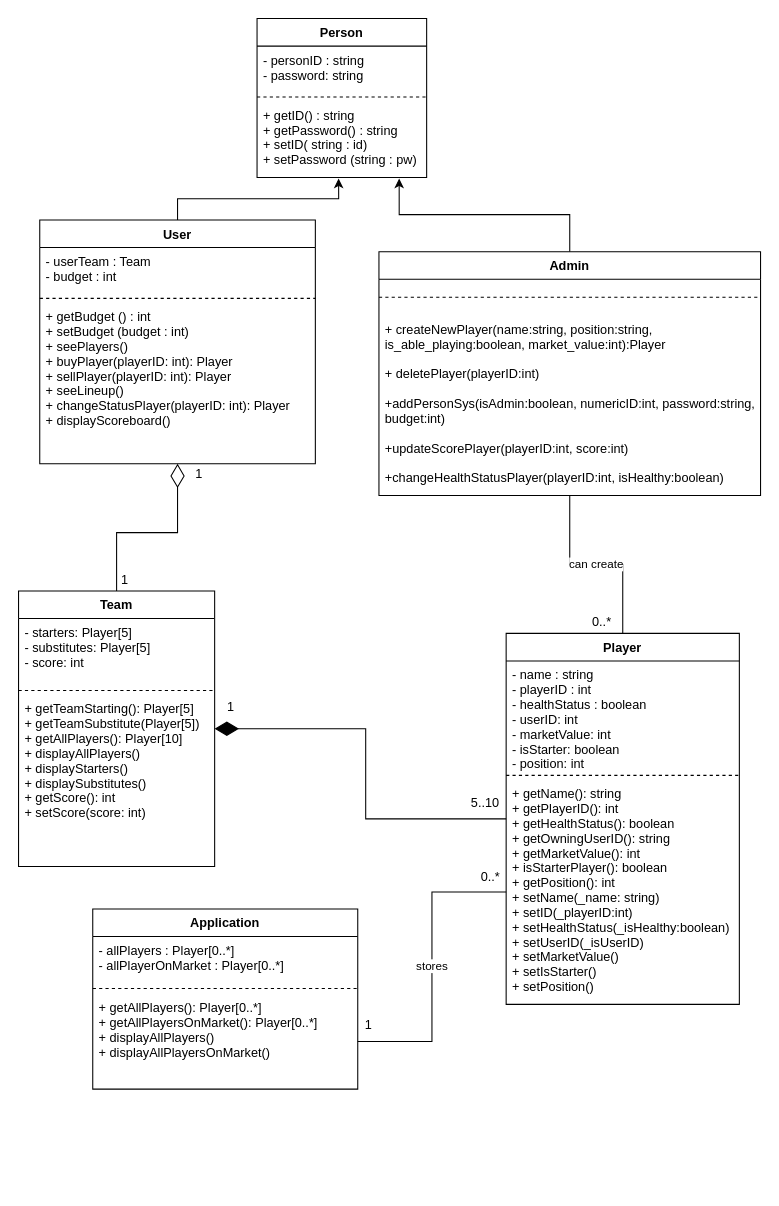
This is docs/Fantasy_league.drawio from SemjonEschweiler/fantasy_league, a draw.io file, before an edit. Source tidied: cells renumbered, new cells numbered last; positions are measured from the earlier drawing's top-left corner, leaving out a move shared by most shapes. Both pictures are drawn from the tidied source at 106%, with x=0, y=0 at pixel (18, 18).
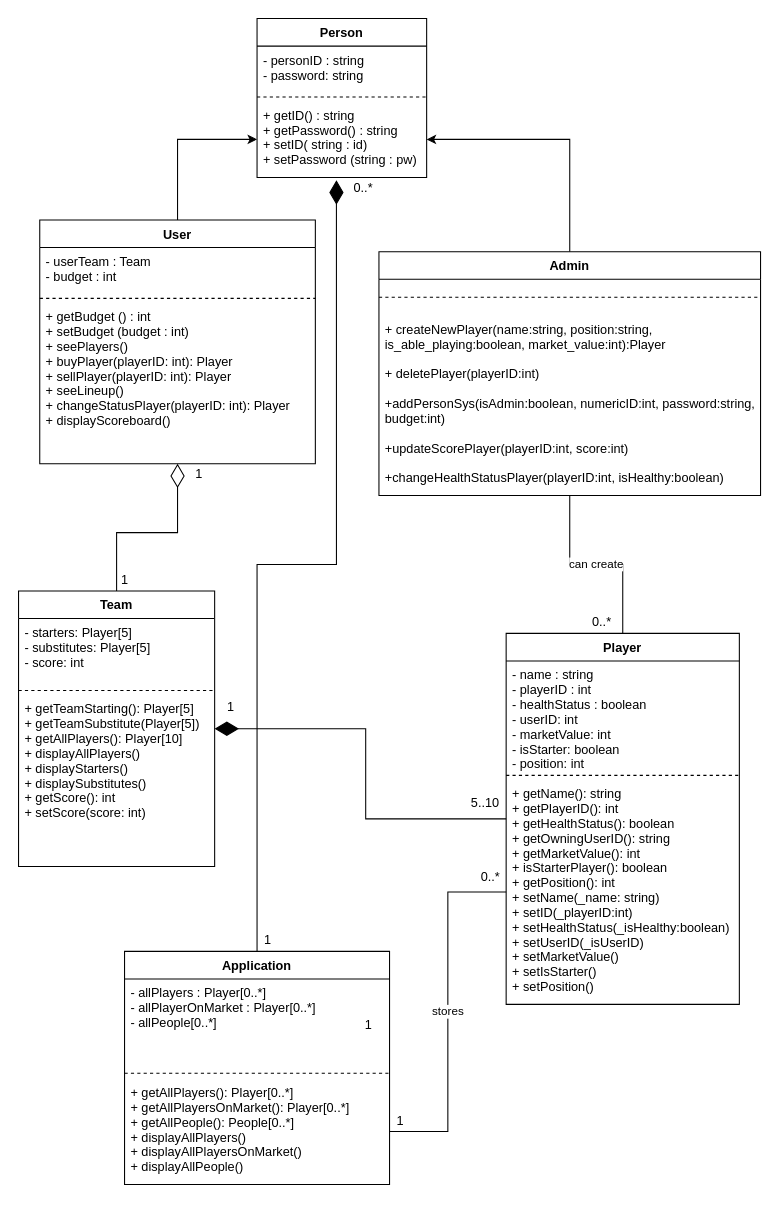
The same page after the edit.

Unchanged cells that the change refers to:
```xml
<mxCell id="5" value="+ getID() : string&#10;+ getPassword() : string&#10;+ setID( string : id)&#10;+ setPassword (string : pw)&#10;" style="text;strokeColor=none;fillColor=none;align=left;verticalAlign=top;spacingLeft=4;spacingRight=4;overflow=hidden;points=[[0,0.5],[1,0.5]];portConstraint=eastwest;" parent="2" vertex="1">
  <mxGeometry y="78" width="160" height="72" as="geometry" />
</mxCell>
<mxCell id="7" value="User" style="swimlane;fontStyle=1;align=center;verticalAlign=top;horizontal=1;startSize=26;" parent="1" vertex="1">
  <mxGeometry x="20" y="190" width="260" height="230" as="geometry" />
</mxCell>
<mxCell id="13" value="Admin" style="swimlane;fontStyle=1;align=center;verticalAlign=top;horizontal=1;startSize=26;" parent="1" vertex="1">
  <mxGeometry x="340" y="220" width="360" height="230" as="geometry" />
</mxCell>
```

What changed in the source:
```diff
@@
-    <mxCell id="6" style="edgeStyle=orthogonalEdgeStyle;rounded=0;jettySize=auto;html=1;entryX=0.481;entryY=1.014;entryDx=0;entryDy=0;entryPerimeter=0;" parent="1" edge="1" source="7" target="5">
+    <mxCell id="6" style="edgeStyle=orthogonalEdgeStyle;rounded=0;jettySize=auto;html=1;" parent="1" edge="1" source="7" target="5">
       <mxGeometry relative="1" as="geometry" />
     </mxCell>
@@
-    <mxCell id="11" style="edgeStyle=orthogonalEdgeStyle;rounded=0;jettySize=auto;html=1;entryX=0.838;entryY=1.014;entryDx=0;entryDy=0;entryPerimeter=0;" parent="1" edge="1" source="13" target="5">
+    <mxCell id="11" style="edgeStyle=orthogonalEdgeStyle;rounded=0;jettySize=auto;html=1;entryX=1;entryY=0.5;entryDx=0;entryDy=0;" parent="1" edge="1" source="13" target="5">
       <mxGeometry relative="1" as="geometry" />
     </mxCell>
@@
+    <mxCell id="38" style="edgeStyle=orthogonalEdgeStyle;rounded=0;jettySize=auto;html=1;entryX=0.468;entryY=1.036;entryDx=0;entryDy=0;entryPerimeter=0;endArrow=diamondThin;endFill=1;strokeWidth=1;endSize=20;" parent="1" edge="1" source="21" target="5">
+      <mxGeometry relative="1" as="geometry">
+        <Array as="points">
+          <mxPoint x="225" y="515" />
+          <mxPoint x="300" y="515" />
+        </Array>
+      </mxGeometry>
+    </mxCell>
     <mxCell id="21" value="Application" style="swimlane;fontStyle=1;align=center;verticalAlign=top;horizontal=1;startSize=26;" parent="1" vertex="1">
-      <mxGeometry x="70" y="840" width="250" height="170" as="geometry" />
+      <mxGeometry x="100" y="880" width="250" height="220" as="geometry" />
     </mxCell>
-    <mxCell id="22" value="- allPlayers : Player[0..*]&#10;- allPlayerOnMarket : Player[0..*]&#10;" style="text;strokeColor=none;fillColor=none;align=left;verticalAlign=top;spacingLeft=4;spacingRight=4;overflow=hidden;" parent="21" vertex="1">
-      <mxGeometry y="26" width="250" height="44" as="geometry" />
+    <mxCell id="22" value="- allPlayers : Player[0..*]&#10;- allPlayerOnMarket : Player[0..*]&#10;- allPeople[0..*]&#10;" style="text;strokeColor=none;fillColor=none;align=left;verticalAlign=top;spacingLeft=4;spacingRight=4;overflow=hidden;" parent="21" vertex="1">
+      <mxGeometry y="26" width="250" height="84" as="geometry" />
     </mxCell>
     <mxCell id="23" style="line;strokeWidth=1;fillColor=none;align=left;verticalAlign=middle;spacingTop=-1;spacingLeft=3;spacingRight=3;labelPosition=right;dashed=1;" parent="21" vertex="1">
-      <mxGeometry y="70" width="250" height="10" as="geometry" />
+      <mxGeometry y="110" width="250" height="10" as="geometry" />
     </mxCell>
-    <mxCell id="24" value="+ getAllPlayers(): Player[0..*]&#10;+ getAllPlayersOnMarket(): Player[0..*]&#10;+ displayAllPlayers()&#10;+ displayAllPlayersOnMarket()&#10;" style="text;strokeColor=none;fillColor=none;align=left;verticalAlign=top;spacingLeft=4;spacingRight=4;overflow=hidden;points=[[0,0.5],[1,0.5]];portConstraint=eastwest;" parent="21" vertex="1">
-      <mxGeometry y="80" width="250" height="90" as="geometry" />
+    <mxCell id="24" value="+ getAllPlayers(): Player[0..*]&#10;+ getAllPlayersOnMarket(): Player[0..*]&#10;+ getAllPeople(): People[0..*]&#10;+ displayAllPlayers()&#10;+ displayAllPlayersOnMarket()&#10;+ displayAllPeople()&#10;" style="text;strokeColor=none;fillColor=none;align=left;verticalAlign=top;spacingLeft=4;spacingRight=4;overflow=hidden;points=[[0,0.5],[1,0.5]];portConstraint=eastwest;" parent="21" vertex="1">
+      <mxGeometry y="120" width="250" height="100" as="geometry" />
     </mxCell>
@@
+    <mxCell id="39" value="1" style="text;html=1;align=center;verticalAlign=middle;strokeColor=none;fillColor=none;" parent="1" vertex="1">
+      <mxGeometry x="225" y="860" width="20" height="20" as="geometry" />
+    </mxCell>
+    <mxCell id="40" value="1" style="text;html=1;align=center;verticalAlign=middle;strokeColor=none;fillColor=none;" parent="1" vertex="1">
+      <mxGeometry x="350" y="1030" width="20" height="20" as="geometry" />
+    </mxCell>
+    <mxCell id="41" value="0..*" style="text;html=1;align=center;verticalAlign=middle;strokeColor=none;fillColor=none;" parent="1" vertex="1">
+      <mxGeometry x="310" y="150" width="30" height="20" as="geometry" />
+    </mxCell>
```
